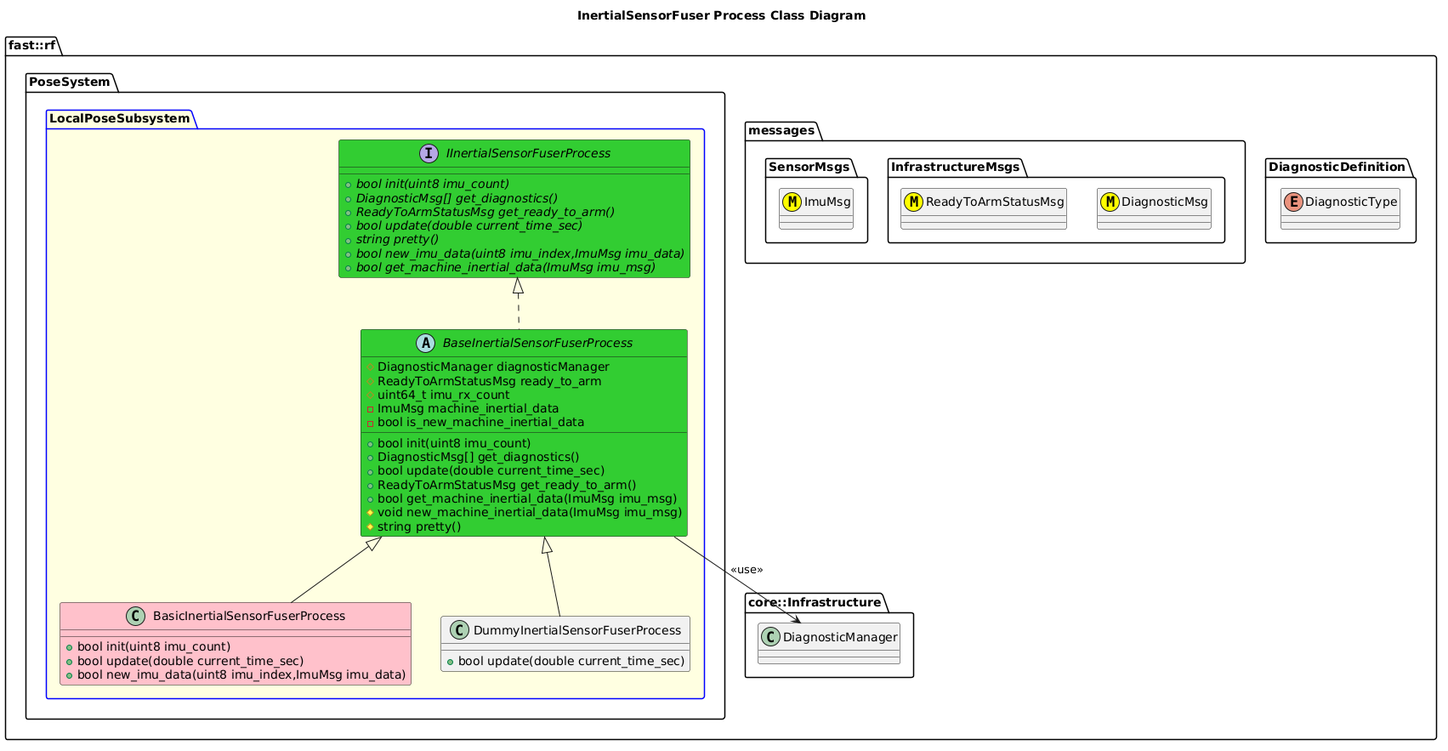
Above: Systems/Pose/Subsystems/LocalPose/Processes/InertialSensorFuser/doc/puml/InertialSensorFuserProcessClassDiagram.png in fastrobotics/robot_framework (PlantUML), before the change.
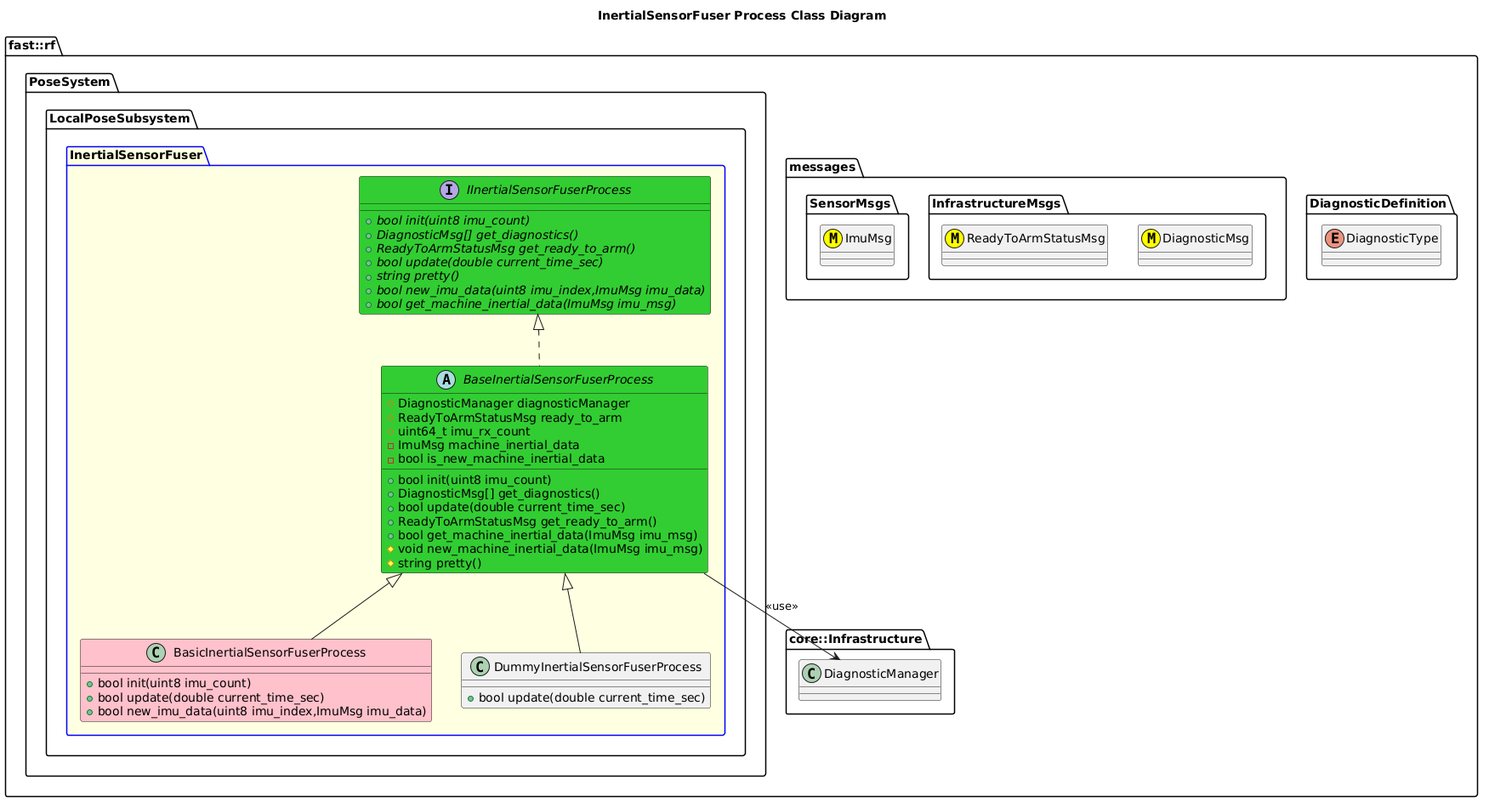
Above is the later version.

The edit, as a diff of the source:
```diff
@@ -18,7 +18,8 @@
     class DiagnosticManager
   }
   namespace PoseSystem {
-    package LocalPoseSubsystem #LightYellow;line:blue {
+    namespace LocalPoseSubsystem {
+      package InertialSensorFuser #LightYellow;line:blue {
         interface IInertialSensorFuserProcess #LimeGreen {
           +{abstract} bool init(uint8 imu_count)
           +{abstract} DiagnosticMsg[] get_diagnostics()
@@ -56,6 +57,7 @@
           +bool update(double current_time_sec)
         }
         DummyInertialSensorFuserProcess -up-|> BaseInertialSensorFuserProcess
+      }
     }
   }
 }
```
